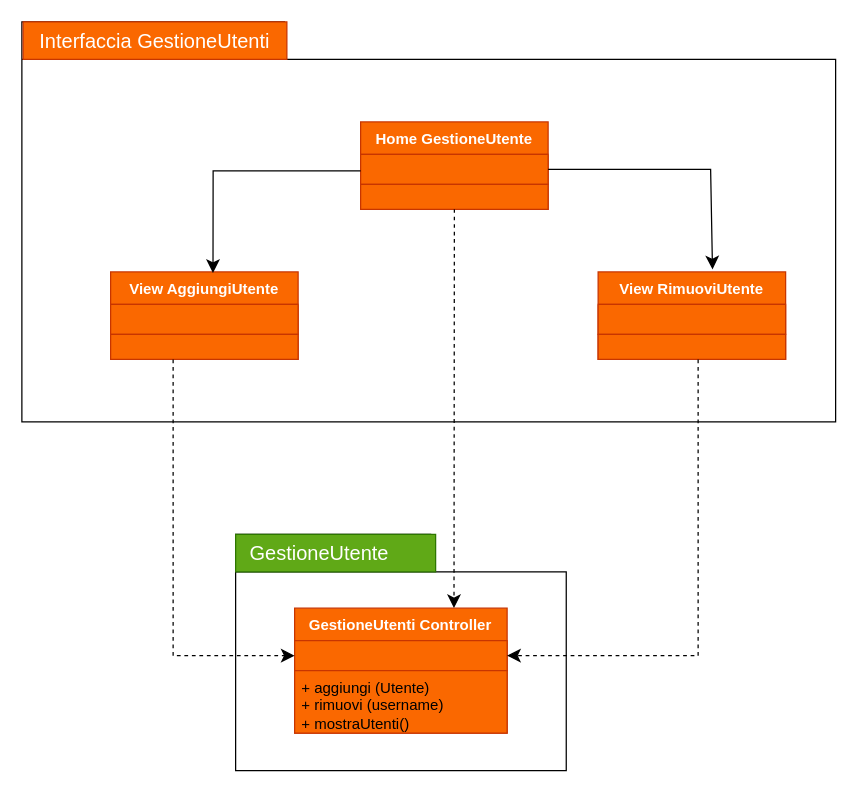
Earlier version of the draw.io diagram Diagrammi_Package/Diagramma senza titolo.drawio (JosephBoom02/Progetto_Ingegneria_del_Software). Source tidied: cells renumbered, new cells numbered last; positions are measured from the earlier drawing's top-left corner, leaving out a move shared by most shapes. Both pictures are drawn from the tidied source at 125%, with x=0, y=0 at pixel (21, 21).
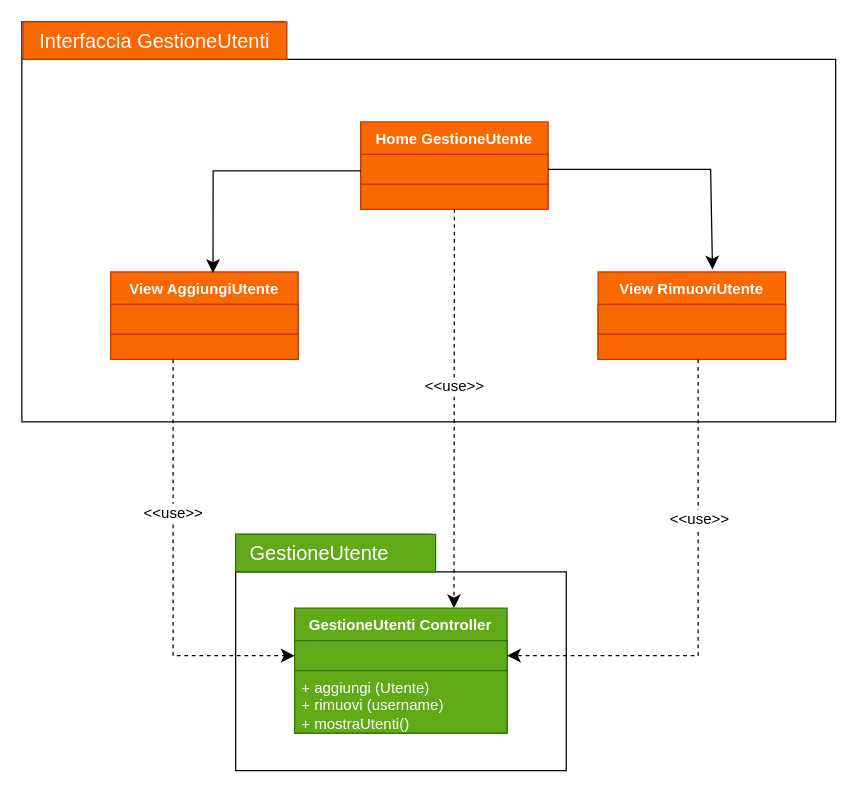
Above is the later version.

Unchanged cells that the change refers to:
```xml
<mxCell id="23" style="edgeStyle=none;curved=1;rounded=0;jettySize=auto;html=1;exitX=0.5;exitY=1;exitDx=0;exitDy=0;fontSize=12;startSize=8;endSize=8;entryX=0.75;entryY=0;entryDx=0;entryDy=0;dashed=1;" parent="1" edge="1" source="15" target="19">
  <mxGeometry relative="1" as="geometry" />
</mxCell>
<mxCell id="25" style="edgeStyle=none;curved=0;rounded=0;jettySize=auto;html=1;exitX=0.5;exitY=1;exitDx=0;exitDy=0;fontSize=12;startSize=8;endSize=8;dashed=1;" parent="1" edge="1" target="20">
  <mxGeometry relative="1" as="geometry">
    <mxPoint x="121" y="270" as="sourcePoint" />
    <Array as="points">
      <mxPoint x="121" y="507" />
    </Array>
  </mxGeometry>
</mxCell>
<mxCell id="26" style="edgeStyle=none;curved=0;rounded=0;jettySize=auto;html=1;exitX=0.5;exitY=1;exitDx=0;exitDy=0;fontSize=12;startSize=8;endSize=8;dashed=1;entryX=1;entryY=0.5;entryDx=0;entryDy=0;" parent="1" edge="1" target="20">
  <mxGeometry relative="1" as="geometry">
    <mxPoint x="541" y="270" as="sourcePoint" />
    <Array as="points">
      <mxPoint x="541" y="507" />
    </Array>
  </mxGeometry>
</mxCell>
```

Change to the diagram source:
```diff
@@
-    <mxCell id="19" value="&lt;font color=&quot;#ffffff&quot;&gt;GestioneUtenti Controller&lt;br&gt;&lt;/font&gt;" style="swimlane;fontStyle=1;align=center;verticalAlign=top;horizontal=1;startSize=26;whiteSpace=wrap;html=1;fillColor=#fa6800;fontColor=#000000;strokeColor=#C73500;" parent="1" vertex="1">
+    <mxCell id="19" value="&lt;font color=&quot;#ffffff&quot;&gt;GestioneUtenti Controller&lt;br&gt;&lt;/font&gt;" style="swimlane;fontStyle=1;align=center;verticalAlign=top;horizontal=1;startSize=26;whiteSpace=wrap;html=1;fillColor=#60a917;fontColor=#ffffff;strokeColor=#2D7600;" parent="1" vertex="1">
       <mxGeometry x="218.2" y="469" width="170" height="100" as="geometry" />
     </mxCell>
-    <mxCell id="20" style="text;strokeColor=#C73500;fillColor=#fa6800;align=left;verticalAlign=top;spacingLeft=4;spacingRight=4;overflow=hidden;points=[[0,0.5],[1,0.5]];portConstraint=eastwest;whiteSpace=wrap;html=1;fontColor=#000000;" parent="19" vertex="1">
+    <mxCell id="20" style="text;strokeColor=#2D7600;fillColor=#60a917;align=left;verticalAlign=top;spacingLeft=4;spacingRight=4;overflow=hidden;points=[[0,0.5],[1,0.5]];portConstraint=eastwest;whiteSpace=wrap;html=1;fontColor=#ffffff;" parent="19" vertex="1">
       <mxGeometry y="26" width="170" height="24" as="geometry" />
     </mxCell>
@@
-    <mxCell id="22" value="&lt;div&gt;+ aggiungi (Utente)&lt;/div&gt;&lt;div&gt;+ rimuovi (username)&lt;/div&gt;&lt;div&gt;+ mostraUtenti()&lt;br&gt;&lt;/div&gt;" style="text;strokeColor=#C73500;fillColor=#fa6800;align=left;verticalAlign=top;spacingLeft=4;spacingRight=4;overflow=hidden;whiteSpace=wrap;html=1;fontColor=#000000;" parent="19" vertex="1">
+    <mxCell id="22" value="&lt;div&gt;+ aggiungi (Utente)&lt;/div&gt;&lt;div&gt;+ rimuovi (username)&lt;/div&gt;&lt;div&gt;+ mostraUtenti()&lt;br&gt;&lt;/div&gt;" style="text;strokeColor=#2D7600;fillColor=#60a917;align=left;verticalAlign=top;spacingLeft=4;spacingRight=4;overflow=hidden;whiteSpace=wrap;html=1;fontColor=#ffffff;" parent="19" vertex="1">
       <mxGeometry y="50" width="170" height="50" as="geometry" />
     </mxCell>
@@
+    <mxCell id="29" value="&amp;lt;&amp;lt;use&amp;gt;&amp;gt;" style="edgeLabel;html=1;align=center;verticalAlign=middle;fontSize=12;" parent="23" vertex="1">
+      <mxGeometry x="-0.35" y="5" relative="1" as="geometry">
+        <mxPoint x="-5" y="37" as="offset" />
+      </mxGeometry>
+    </mxCell>
@@
+    <mxCell id="30" value="&amp;lt;&amp;lt;use&amp;gt;&amp;gt;" style="edgeLabel;html=1;align=center;verticalAlign=middle;fontSize=12;" parent="25" vertex="1">
+      <mxGeometry x="-0.27" y="-1" relative="1" as="geometry" />
+    </mxCell>
@@
+    <mxCell id="31" value="&amp;lt;&amp;lt;use&amp;gt;&amp;gt;" style="edgeLabel;html=1;align=center;verticalAlign=middle;fontSize=12;" parent="26" vertex="1">
+      <mxGeometry x="-0.35" relative="1" as="geometry" />
+    </mxCell>
```
